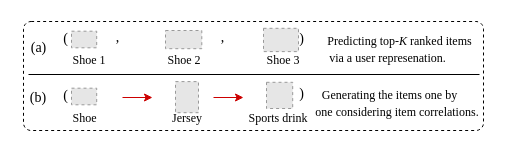
This is generative-illustr.drawio from wenqisun/data, a draw.io file, before an edit. Source tidied: cells renumbered, new cells numbered last; positions are measured from the earlier drawing's top-left corner, leaving out a move shared by most shapes. Both pictures are drawn from the tidied source at 100%, with x=0, y=0 at pixel (17, 21). Pictures stored in the file or linked from it are replaced by grey dashed boxes.
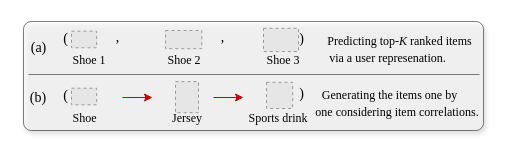
After the change.

The edit, as a diff of the source:
```diff
@@
-    <mxCell id="2" style="rounded=1;whiteSpace=wrap;html=1;fontFamily=Comic Sans MS;fontSize=12;dashed=1;arcSize=7;" parent="1" vertex="1">
+    <mxCell id="2" style="rounded=1;whiteSpace=wrap;html=1;fontFamily=Comic Sans MS;fontSize=12;arcSize=7;glass=0;shadow=1;opacity=50;" parent="1" vertex="1">
       <mxGeometry x="6" width="460" height="109" as="geometry" />
     </mxCell>
@@
-    <mxCell id="19" style="endArrow=none;html=1;rounded=0;fontFamily=Comic Sans MS;fontSize=12;entryX=0.902;entryY=0.889;entryDx=0;entryDy=0;entryPerimeter=0;" parent="1" edge="1">
+    <mxCell id="19" style="endArrow=none;html=1;rounded=0;fontFamily=Comic Sans MS;fontSize=12;entryX=0.902;entryY=0.889;entryDx=0;entryDy=0;entryPerimeter=0;opacity=50;" parent="1" edge="1">
       <mxGeometry relative="1" as="geometry">
         <mxPoint x="11" y="53" as="sourcePoint" />
         <mxPoint x="462" y="53" as="targetPoint" />
       </mxGeometry>
     </mxCell>
```
